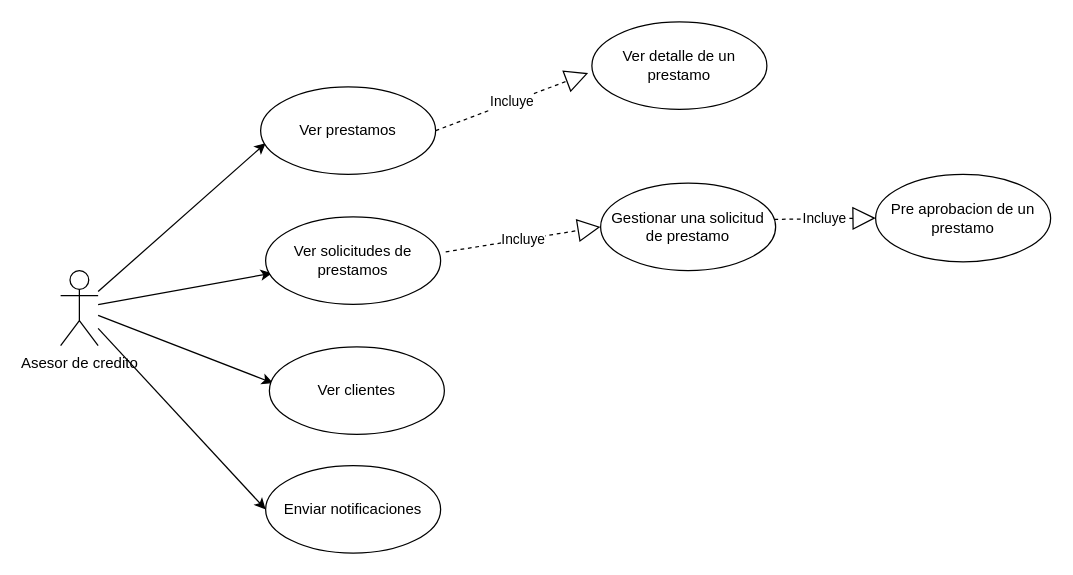
Earlier version of the draw.io diagram docs/use cases/user-credit-assistant.drawio (alexrv11/credicuotas). Source tidied: cells renumbered, new cells numbered last; positions are measured from the earlier drawing's top-left corner, leaving out a move shared by most shapes. Both pictures are drawn from the tidied source at 125%, with x=0, y=0 at pixel (60, 21).
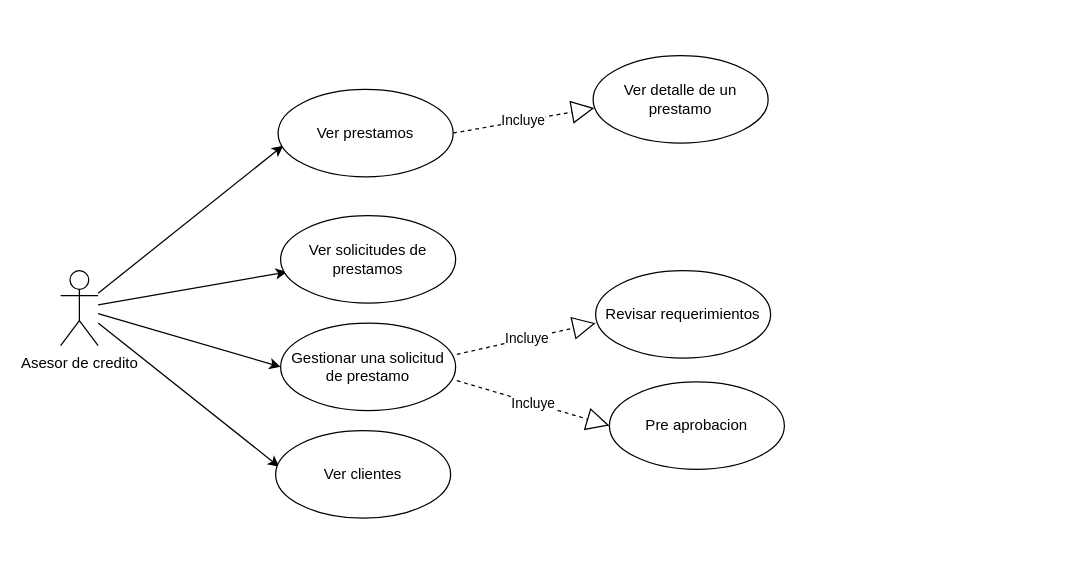
After the change.

Change to the diagram source:
```diff
@@
 <mxGraphModel>
   <root>
     <mxCell id="0" />
     <mxCell id="1" parent="0" />
     <mxCell id="2" style="edgeStyle=none;html=1;entryX=0.029;entryY=0.643;entryDx=0;entryDy=0;entryPerimeter=0;" parent="1" edge="1" source="6" target="7">
       <mxGeometry relative="1" as="geometry" />
     </mxCell>
     <mxCell id="3" style="edgeStyle=none;html=1;entryX=0.036;entryY=0.643;entryDx=0;entryDy=0;entryPerimeter=0;" parent="1" edge="1" source="6" target="12">
       <mxGeometry relative="1" as="geometry" />
     </mxCell>
     <mxCell id="4" style="edgeStyle=none;html=1;entryX=0.021;entryY=0.414;entryDx=0;entryDy=0;entryPerimeter=0;" parent="1" edge="1" source="6" target="9">
       <mxGeometry relative="1" as="geometry" />
     </mxCell>
-    <mxCell id="5" style="edgeStyle=none;html=1;entryX=0;entryY=0.5;entryDx=0;entryDy=0;" parent="1" edge="1" source="6" target="10">
-      <mxGeometry relative="1" as="geometry" />
-    </mxCell>
     <mxCell id="6" value="Asesor de credito" style="shape=umlActor;verticalLabelPosition=bottom;verticalAlign=top;html=1;" parent="1" vertex="1">
       <mxGeometry y="199" width="30" height="60" as="geometry" />
     </mxCell>
     <mxCell id="7" value="Ver prestamos" style="ellipse;whiteSpace=wrap;html=1;" parent="1" vertex="1">
-      <mxGeometry x="160" y="52" width="140" height="70" as="geometry" />
+      <mxGeometry x="174" y="54" width="140" height="70" as="geometry" />
     </mxCell>
-    <mxCell id="8" value="Incluye" style="endArrow=block;endSize=16;endFill=0;html=1;dashed=1;exitX=1;exitY=0.5;exitDx=0;exitDy=0;" parent="1" edge="1" source="7">
-      <mxGeometry relative="1" as="geometry">
-        <mxPoint x="422" y="41" as="targetPoint" />
-      </mxGeometry>
+    <mxCell id="8" value="Incluye" style="endArrow=block;endSize=16;endFill=0;html=1;dashed=1;exitX=1;exitY=0.5;exitDx=0;exitDy=0;entryX=0.007;entryY=0.6;entryDx=0;entryDy=0;entryPerimeter=0;" parent="1" edge="1" source="7" target="11">
+      <mxGeometry relative="1" as="geometry" />
     </mxCell>
     <mxCell id="9" value="Ver clientes" style="ellipse;whiteSpace=wrap;html=1;" parent="1" vertex="1">
-      <mxGeometry x="167" y="260" width="140" height="70" as="geometry" />
+      <mxGeometry x="172" y="327" width="140" height="70" as="geometry" />
     </mxCell>
-    <mxCell id="10" value="Enviar notificaciones" style="ellipse;whiteSpace=wrap;html=1;" parent="1" vertex="1">
-      <mxGeometry x="164" y="355" width="140" height="70" as="geometry" />
-    </mxCell>
     <mxCell id="11" value="Ver detalle de un prestamo" style="ellipse;whiteSpace=wrap;html=1;" parent="1" vertex="1">
-      <mxGeometry x="425" width="140" height="70" as="geometry" />
+      <mxGeometry x="426" y="27" width="140" height="70" as="geometry" />
     </mxCell>
     <mxCell id="12" value="Ver solicitudes de prestamos" style="ellipse;whiteSpace=wrap;html=1;" parent="1" vertex="1">
-      <mxGeometry x="164" y="156" width="140" height="70" as="geometry" />
+      <mxGeometry x="176" y="155" width="140" height="70" as="geometry" />
     </mxCell>
     <mxCell id="13" value="Gestionar una solicitud de prestamo" style="ellipse;whiteSpace=wrap;html=1;" parent="1" vertex="1">
-      <mxGeometry x="432" y="129" width="140" height="70" as="geometry" />
+      <mxGeometry x="176" y="241" width="140" height="70" as="geometry" />
     </mxCell>
-    <mxCell id="14" value="Incluye" style="endArrow=block;endSize=16;endFill=0;html=1;dashed=1;exitX=1.029;exitY=0.4;exitDx=0;exitDy=0;entryX=0;entryY=0.5;entryDx=0;entryDy=0;exitPerimeter=0;" parent="1" edge="1" source="12" target="13">
-      <mxGeometry relative="1" as="geometry" />
-    </mxCell>
-    <mxCell id="15" value="Pre aprobacion de un prestamo" style="ellipse;whiteSpace=wrap;html=1;" parent="1" vertex="1">
-      <mxGeometry x="652" y="122" width="140" height="70" as="geometry" />
+    <mxCell id="15" value="Pre aprobacion" style="ellipse;whiteSpace=wrap;html=1;" parent="1" vertex="1">
+      <mxGeometry x="439" y="288" width="140" height="70" as="geometry" />
     </mxCell>
-    <mxCell id="16" value="Incluye" style="endArrow=block;endSize=16;endFill=0;html=1;dashed=1;exitX=0.993;exitY=0.414;exitDx=0;exitDy=0;entryX=0;entryY=0.5;entryDx=0;entryDy=0;exitPerimeter=0;" parent="1" edge="1" source="13" target="15">
-      <mxGeometry relative="1" as="geometry" />
+    <mxCell id="16" value="Incluye" style="endArrow=block;endSize=16;endFill=0;html=1;dashed=1;entryX=0;entryY=0.5;entryDx=0;entryDy=0;" parent="1" edge="1" target="15">
+      <mxGeometry relative="1" as="geometry">
+        <mxPoint x="317" y="287" as="sourcePoint" />
+      </mxGeometry>
     </mxCell>
+    <mxCell id="17" style="edgeStyle=none;html=1;entryX=0;entryY=0.5;entryDx=0;entryDy=0;" parent="1" edge="1" source="6" target="13">
+      <mxGeometry relative="1" as="geometry" />
+    </mxCell>
+    <mxCell id="18" value="Revisar requerimientos" style="ellipse;whiteSpace=wrap;html=1;" parent="1" vertex="1">
+      <mxGeometry x="428" y="199" width="140" height="70" as="geometry" />
+    </mxCell>
+    <mxCell id="14" value="Incluye" style="endArrow=block;endSize=16;endFill=0;html=1;dashed=1;exitX=1.007;exitY=0.357;exitDx=0;exitDy=0;entryX=0;entryY=0.6;entryDx=0;entryDy=0;exitPerimeter=0;entryPerimeter=0;" parent="1" edge="1" source="13" target="18">
+      <mxGeometry relative="1" as="geometry" />
+    </mxCell>
   </root>
 </mxGraphModel>
```
